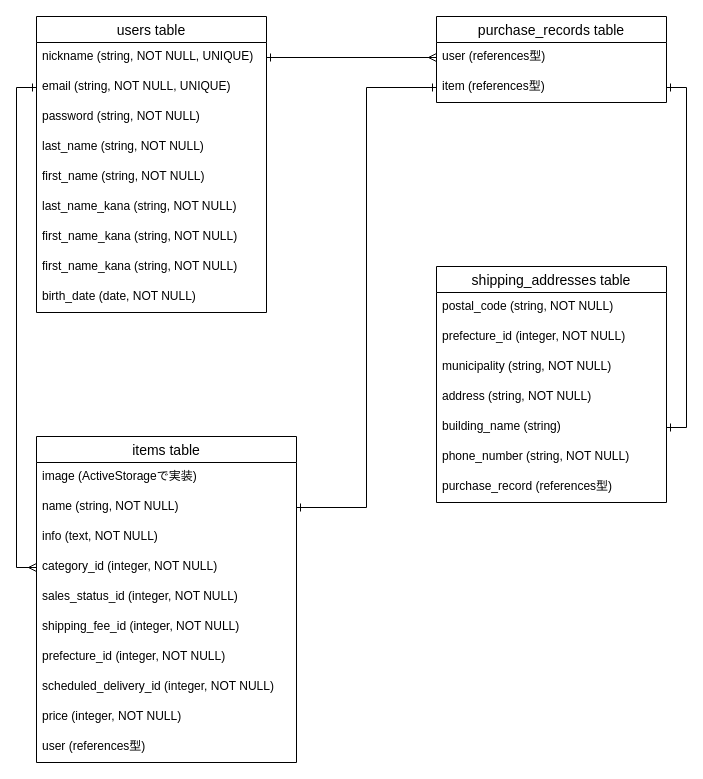
Above: furima-31741.dio in KeiIchi-74/furima-31741 (draw.io), before the change. Source tidied: cells renumbered, new cells numbered last; positions are measured from the earlier drawing's top-left corner, leaving out a move shared by most shapes. Both pictures are drawn from the tidied source at 100%, with x=0, y=0 at pixel (36, 16).
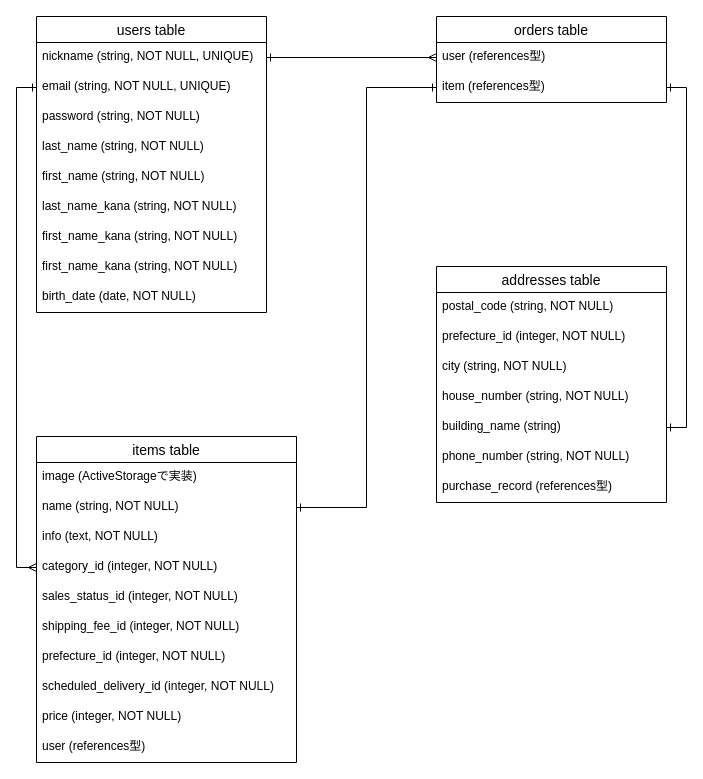
The same page after the edit.

Change to the diagram source:
```diff
@@
-    <mxCell id="12" value="purchase_records table" style="swimlane;fontStyle=0;horizontal=1;startSize=26;align=center;fontSize=14;" parent="1" vertex="1">
+    <mxCell id="12" value="orders table" style="swimlane;fontStyle=0;horizontal=1;startSize=26;align=center;fontSize=14;" parent="1" vertex="1">
       <mxGeometry x="400" width="230" height="86" as="geometry" />
     </mxCell>
@@
-    <mxCell id="28" value="shipping_addresses table" style="swimlane;fontStyle=0;horizontal=1;startSize=26;align=center;fontSize=14;" parent="1" vertex="1">
+    <mxCell id="28" value="addresses table" style="swimlane;fontStyle=0;horizontal=1;startSize=26;align=center;fontSize=14;" parent="1" vertex="1">
       <mxGeometry x="400" y="250" width="230" height="236" as="geometry" />
     </mxCell>
@@
-    <mxCell id="31" value="municipality (string, NOT NULL)" style="text;strokeColor=none;fillColor=none;spacingLeft=4;spacingRight=4;overflow=hidden;fontSize=12;" parent="28" vertex="1">
+    <mxCell id="31" value="city (string, NOT NULL)" style="text;strokeColor=none;fillColor=none;spacingLeft=4;spacingRight=4;overflow=hidden;fontSize=12;" parent="28" vertex="1">
       <mxGeometry y="86" width="230" height="30" as="geometry" />
     </mxCell>
-    <mxCell id="32" value="address (string, NOT NULL)" style="text;strokeColor=none;fillColor=none;spacingLeft=4;spacingRight=4;overflow=hidden;fontSize=12;" parent="28" vertex="1">
+    <mxCell id="32" value="house_number (string, NOT NULL)" style="text;strokeColor=none;fillColor=none;spacingLeft=4;spacingRight=4;overflow=hidden;fontSize=12;" parent="28" vertex="1">
       <mxGeometry y="116" width="230" height="30" as="geometry" />
     </mxCell>
```
